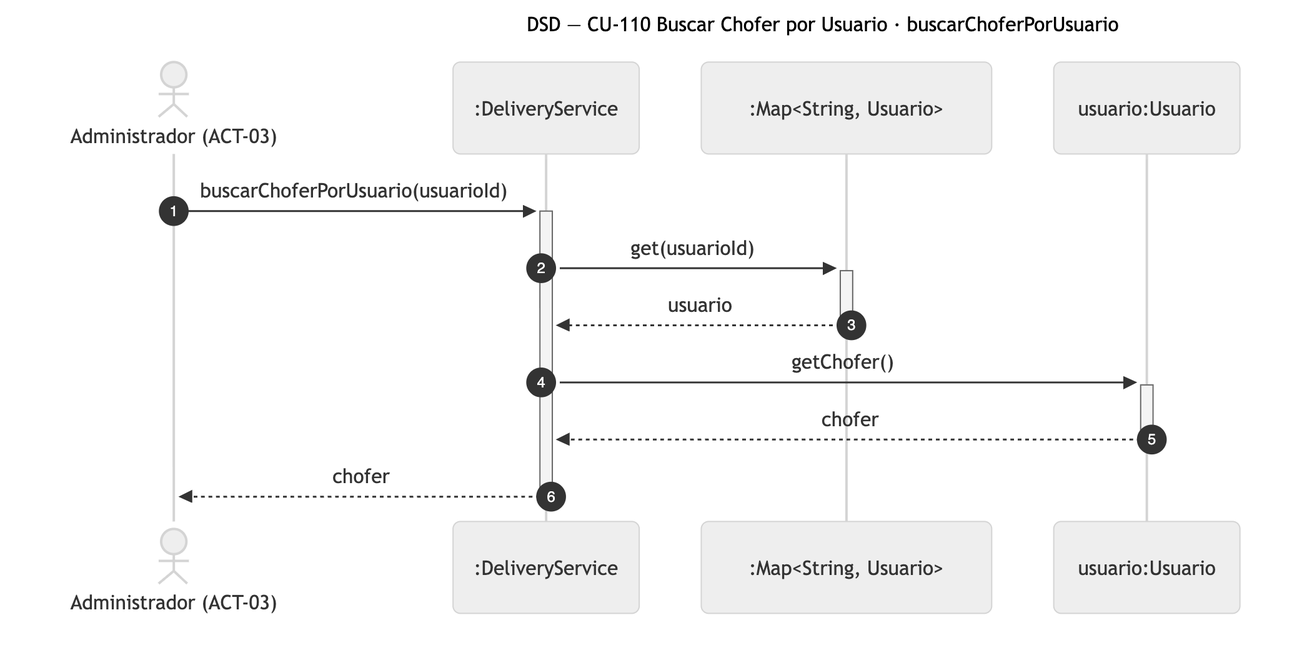
Earlier version of the Mermaid export diagramas/png/DSD_CU-110_buscarChoferPorUsuario.png (Nahuelito-Dev/splg-docs). Its source is kept beside it as diagramas/DSD_CU-110_buscarChoferPorUsuario.mmd. The source it was exported from:
```mermaid
sequenceDiagram
    title DSD — CU-110 Buscar Chofer por Usuario · buscarChoferPorUsuario
    autonumber
    actor ADM as Administrador (ACT-03)
    participant SRV as :DeliveryService
    participant COL as :Map#lt;String, Usuario#gt;
    participant USR as usuario:Usuario

    ADM->>+SRV: buscarChoferPorUsuario(usuarioId)
    SRV->>+COL: get(usuarioId)
    COL-->>-SRV: usuario
    SRV->>+USR: getChofer()
    USR-->>-SRV: chofer
    SRV-->>-ADM: chofer
```
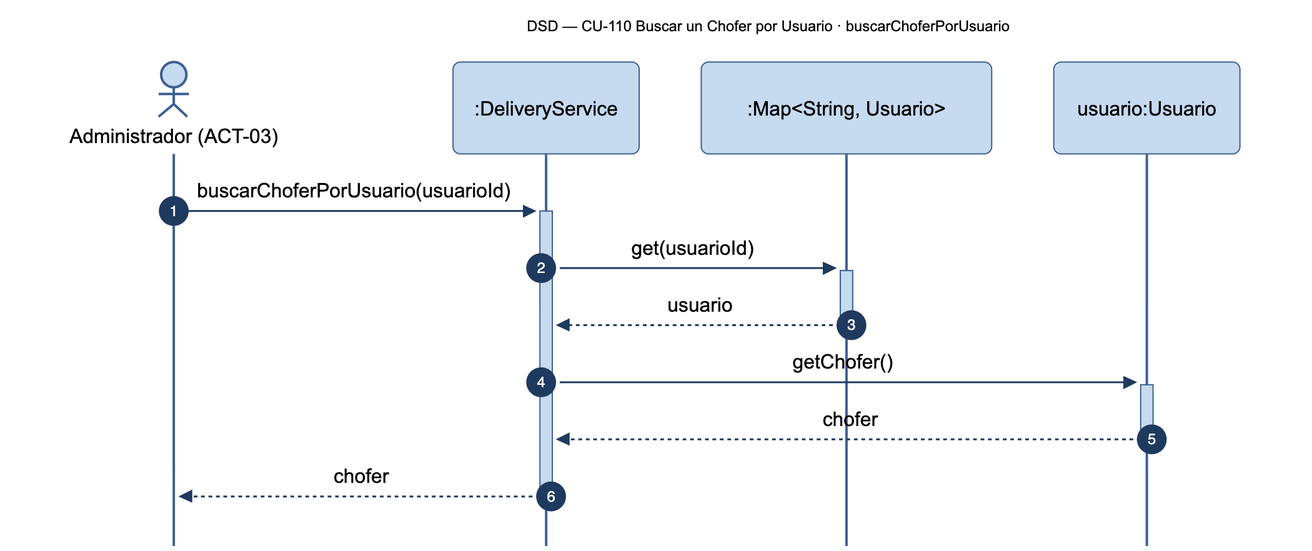
After the commit.

Diff of the diagram source:
```diff
@@ -1,5 +1,5 @@
 sequenceDiagram
-    title DSD — CU-110 Buscar Chofer por Usuario · buscarChoferPorUsuario
+    title DSD — CU-110 Buscar un Chofer por Usuario · buscarChoferPorUsuario
     autonumber
     actor ADM as Administrador (ACT-03)
     participant SRV as :DeliveryService
```
